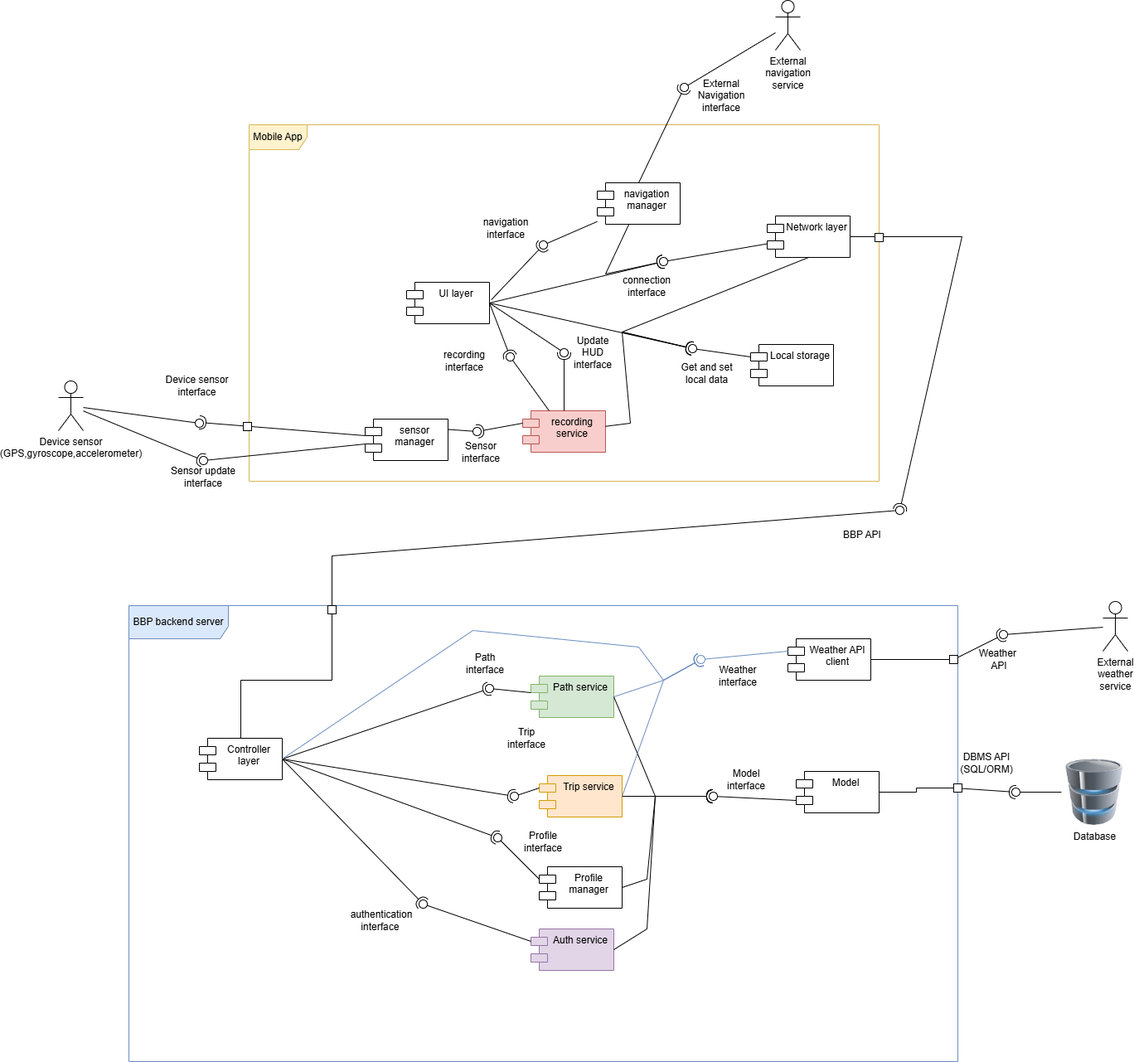
Above: DD/LaTeXCode/images/componentDiagrams/Component_diagram-Complete_low_level_diagram.drawio.png in jacopobellosi/Bellosi-Montanelli-Tempobono (draw.io), before the change. Source tidied: cells renumbered, new cells last; positions are measured from the earlier drawing's top-left corner, leaving out a move shared by most shapes.
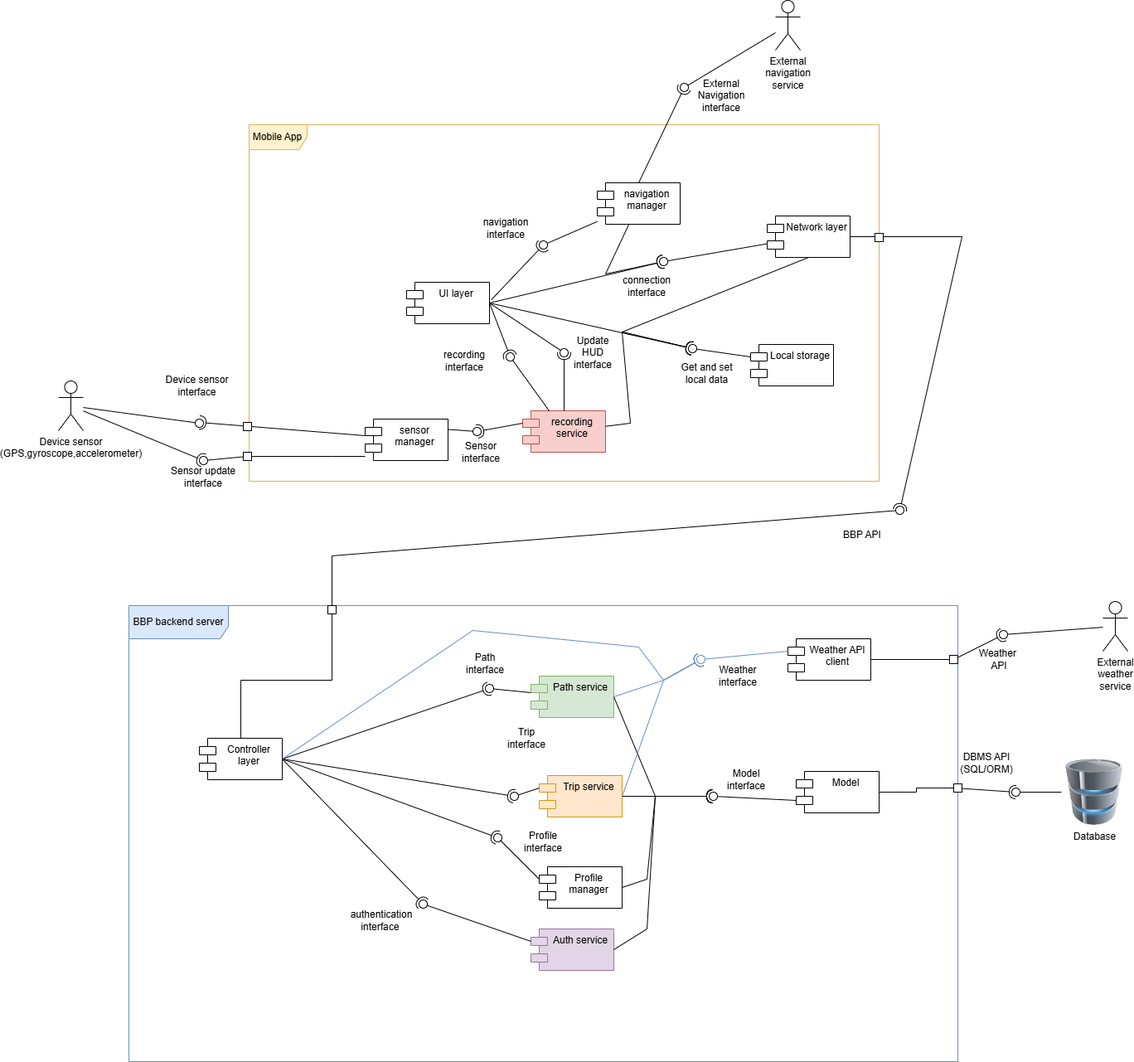
The same file after the commit.

The edit, as a diff of the source:
```diff
@@ -444,7 +444,7 @@
     <mxCell id="123" style="rounded=0;jettySize=auto;html=1;endArrow=halfCircle;endFill=0;endSize=6;strokeWidth=1;sketch=0;" parent="1" edge="1" source="118" target="125">
       <mxGeometry relative="1" as="geometry" />
     </mxCell>
-    <mxCell id="124" style="rounded=0;jettySize=auto;html=1;endArrow=oval;endFill=0;sketch=0;sourcePerimeterSpacing=0;targetPerimeterSpacing=0;endSize=10;" parent="1" edge="1" source="58" target="125">
+    <mxCell id="124" style="rounded=0;jettySize=auto;html=1;endArrow=oval;endFill=0;sketch=0;sourcePerimeterSpacing=0;targetPerimeterSpacing=0;endSize=10;" parent="1" edge="1" source="128" target="125">
       <mxGeometry relative="1" as="geometry" />
     </mxCell>
     <mxCell id="125" style="ellipse;whiteSpace=wrap;html=1;align=center;fillColor=none;strokeColor=none;perimeter=centerPerimeter;points=[];outlineConnect=1;" parent="1" vertex="1">
@@ -453,5 +453,16 @@
     <mxCell id="126" value="Sensor update interface" style="text;html=1;whiteSpace=wrap;strokeColor=none;fillColor=none;align=center;verticalAlign=middle;rounded=0;" parent="1" vertex="1">
       <mxGeometry x="130" y="560" width="90" height="30" as="geometry" />
     </mxCell>
+    <mxCell id="127" style="edgeStyle=orthogonalEdgeStyle;rounded=0;jettySize=auto;html=1;endArrow=none;endFill=0;" parent="1" edge="1" source="128" target="58">
+      <mxGeometry relative="1" as="geometry">
+        <Array as="points">
+          <mxPoint x="330" y="550" />
+          <mxPoint x="330" y="550" />
+        </Array>
+      </mxGeometry>
+    </mxCell>
+    <mxCell id="128" style="rounded=0;whiteSpace=wrap;html=1;" parent="1" vertex="1">
+      <mxGeometry x="223" y="545" width="10" height="10" as="geometry" />
+    </mxCell>
   </root>
 </mxGraphModel>
```
